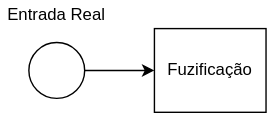
This is Untitled Diagram.svg from AllenHichard/machine-learning-image, a draw.io export, as it was before one commit. Source tidied: cells renumbered, new cells last; positions are measured from the earlier drawing's top-left corner, leaving out a move shared by most shapes.
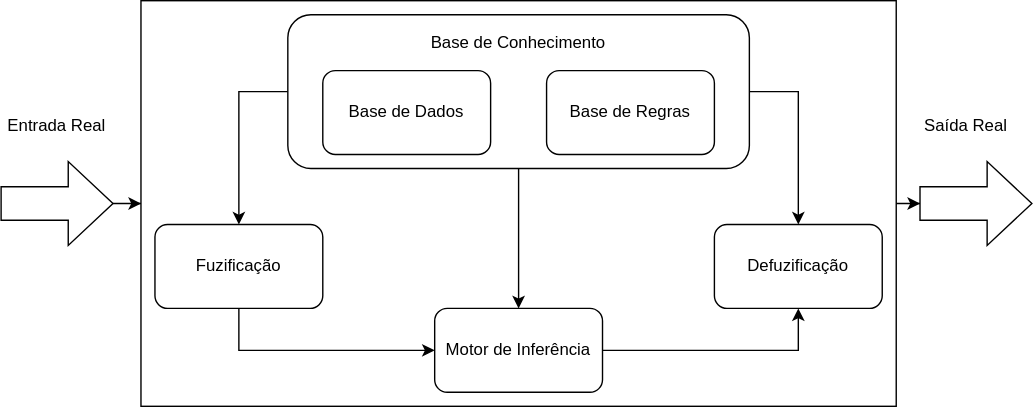
The same file after the commit.

Diff of the diagram source:
```diff
@@ -2,20 +2,79 @@
   <root>
     <mxCell id="0" />
     <mxCell id="1" parent="0" />
-    <mxCell id="2" style="edgeStyle=orthogonalEdgeStyle;rounded=0;jettySize=auto;html=1;" parent="1" edge="1" source="3" target="4">
-      <mxGeometry relative="1" as="geometry" />
-    </mxCell>
-    <mxCell id="3" style="ellipse;whiteSpace=wrap;html=1;" parent="1" vertex="1">
-      <mxGeometry x="20" y="30" width="40" height="40" as="geometry" />
-    </mxCell>
-    <mxCell id="4" style="rounded=0;whiteSpace=wrap;html=1;fontFamily=Helvetica;fontSize=12;fontColor=#000000;align=center;" parent="1" vertex="1">
-      <mxGeometry x="110" y="20" width="80" height="60" as="geometry" />
-    </mxCell>
+    <mxCell id="7" style="edgeStyle=orthogonalEdgeStyle;rounded=0;jettySize=auto;html=1;" parent="1" edge="1" source="8" target="27">
+      <mxGeometry relative="1" as="geometry" />
+    </mxCell>
+    <mxCell id="8" style="rounded=0;whiteSpace=wrap;html=1;" parent="1" vertex="1">
+      <mxGeometry x="110" y="-140" width="540" height="290" as="geometry" />
+    </mxCell>
+    <mxCell id="6" value="Entrada Real" style="text;html=1;strokeColor=none;fillColor=none;align=center;verticalAlign=middle;whiteSpace=wrap;rounded=0;" parent="1" vertex="1">
+      <mxGeometry x="10" y="-60" width="80" height="20" as="geometry" />
+    </mxCell>
+    <mxCell id="9" style="edgeStyle=orthogonalEdgeStyle;rounded=0;jettySize=auto;html=1;exitX=0.5;exitY=1;exitDx=0;exitDy=0;entryX=0;entryY=0.5;entryDx=0;entryDy=0;" parent="1" edge="1" source="10" target="17">
+      <mxGeometry relative="1" as="geometry" />
+    </mxCell>
+    <mxCell id="10" style="rounded=1;whiteSpace=wrap;html=1;" parent="1" vertex="1">
+      <mxGeometry x="120" y="20" width="120" height="60" as="geometry" />
+    </mxCell>
     <mxCell id="5" value="Fuzificação" style="text;html=1;strokeColor=none;fillColor=none;align=center;verticalAlign=middle;whiteSpace=wrap;rounded=0;" parent="1" vertex="1">
-      <mxGeometry x="130" y="40" width="40" height="20" as="geometry" />
+      <mxGeometry x="150" y="40" width="60" height="20" as="geometry" />
     </mxCell>
-    <mxCell id="6" value="Entrada Real" style="text;html=1;strokeColor=none;fillColor=none;align=center;verticalAlign=middle;whiteSpace=wrap;rounded=0;" parent="1" vertex="1">
-      <mxGeometry width="80" height="20" as="geometry" />
-    </mxCell>
+    <mxCell id="11" style="edgeStyle=orthogonalEdgeStyle;rounded=0;jettySize=auto;html=1;exitX=0.5;exitY=1;exitDx=0;exitDy=0;" parent="1" edge="1" source="14" target="17">
+      <mxGeometry relative="1" as="geometry" />
+    </mxCell>
+    <mxCell id="12" style="edgeStyle=orthogonalEdgeStyle;rounded=0;jettySize=auto;html=1;exitX=0;exitY=0.5;exitDx=0;exitDy=0;entryX=0.5;entryY=0;entryDx=0;entryDy=0;" parent="1" edge="1" source="14" target="10">
+      <mxGeometry relative="1" as="geometry" />
+    </mxCell>
+    <mxCell id="13" style="edgeStyle=orthogonalEdgeStyle;rounded=0;jettySize=auto;html=1;exitX=1;exitY=0.5;exitDx=0;exitDy=0;" parent="1" edge="1" source="14" target="18">
+      <mxGeometry relative="1" as="geometry" />
+    </mxCell>
+    <mxCell id="14" style="rounded=1;whiteSpace=wrap;html=1;" parent="1" vertex="1">
+      <mxGeometry x="215" y="-130" width="330" height="110" as="geometry" />
+    </mxCell>
+    <mxCell id="15" style="rounded=1;whiteSpace=wrap;html=1;" parent="1" vertex="1">
+      <mxGeometry x="240" y="-90" width="120" height="60" as="geometry" />
+    </mxCell>
+    <mxCell id="16" style="rounded=1;whiteSpace=wrap;html=1;" parent="1" vertex="1">
+      <mxGeometry x="400" y="-90" width="120" height="60" as="geometry" />
+    </mxCell>
+    <mxCell id="17" style="rounded=1;whiteSpace=wrap;html=1;" parent="1" vertex="1">
+      <mxGeometry x="320" y="80" width="120" height="60" as="geometry" />
+    </mxCell>
+    <mxCell id="18" style="rounded=1;whiteSpace=wrap;html=1;" parent="1" vertex="1">
+      <mxGeometry x="520" y="20" width="120" height="60" as="geometry" />
+    </mxCell>
+    <mxCell id="19" style="edgeStyle=orthogonalEdgeStyle;rounded=0;jettySize=auto;html=1;entryX=0.5;entryY=1;entryDx=0;entryDy=0;exitX=1;exitY=0.5;exitDx=0;exitDy=0;" parent="1" edge="1" source="17" target="18">
+      <mxGeometry relative="1" as="geometry" />
+    </mxCell>
+    <mxCell id="20" value="Motor de Inferência" style="text;html=1;strokeColor=none;fillColor=none;align=center;verticalAlign=middle;whiteSpace=wrap;rounded=0;" parent="1" vertex="1">
+      <mxGeometry x="325" y="100" width="110" height="20" as="geometry" />
+    </mxCell>
+    <mxCell id="21" value="Defuzificação" style="text;html=1;strokeColor=none;fillColor=none;align=center;verticalAlign=middle;whiteSpace=wrap;rounded=0;" parent="1" vertex="1">
+      <mxGeometry x="560" y="40" width="40" height="20" as="geometry" />
+    </mxCell>
+    <mxCell id="22" value="Base de Conhecimento" style="text;html=1;strokeColor=none;fillColor=none;align=center;verticalAlign=middle;whiteSpace=wrap;rounded=0;" parent="1" vertex="1">
+      <mxGeometry x="295" y="-120" width="170" height="20" as="geometry" />
+    </mxCell>
+    <mxCell id="23" value="Base de Dados" style="text;html=1;strokeColor=none;fillColor=none;align=center;verticalAlign=middle;whiteSpace=wrap;rounded=0;" parent="1" vertex="1">
+      <mxGeometry x="255" y="-70" width="90" height="20" as="geometry" />
+    </mxCell>
+    <mxCell id="24" value="Base de Regras" style="text;html=1;strokeColor=none;fillColor=none;align=center;verticalAlign=middle;whiteSpace=wrap;rounded=0;" parent="1" vertex="1">
+      <mxGeometry x="415" y="-70" width="90" height="20" as="geometry" />
+    </mxCell>
+    <mxCell id="25" style="edgeStyle=orthogonalEdgeStyle;rounded=0;jettySize=auto;html=1;" parent="1" edge="1" source="26">
+      <mxGeometry relative="1" as="geometry">
+        <mxPoint x="110" y="5" as="targetPoint" />
+      </mxGeometry>
+    </mxCell>
+    <mxCell id="26" style="shape=singleArrow;whiteSpace=wrap;html=1;arrowWidth=0.4;arrowSize=0.4;rounded=0;" parent="1" vertex="1">
+      <mxGeometry x="10" y="-25" width="80" height="60" as="geometry" />
+    </mxCell>
+    <mxCell id="27" style="shape=singleArrow;whiteSpace=wrap;html=1;arrowWidth=0.4;arrowSize=0.4;rounded=0;" parent="1" vertex="1">
+      <mxGeometry x="667" y="-25" width="80" height="60" as="geometry" />
+    </mxCell>
+    <mxCell id="28" value="Saída Real" style="text;html=1;strokeColor=none;fillColor=none;align=center;verticalAlign=middle;whiteSpace=wrap;rounded=0;" parent="1" vertex="1">
+      <mxGeometry x="660" y="-60" width="80" height="20" as="geometry" />
+    </mxCell>
   </root>
 </mxGraphModel>
```
